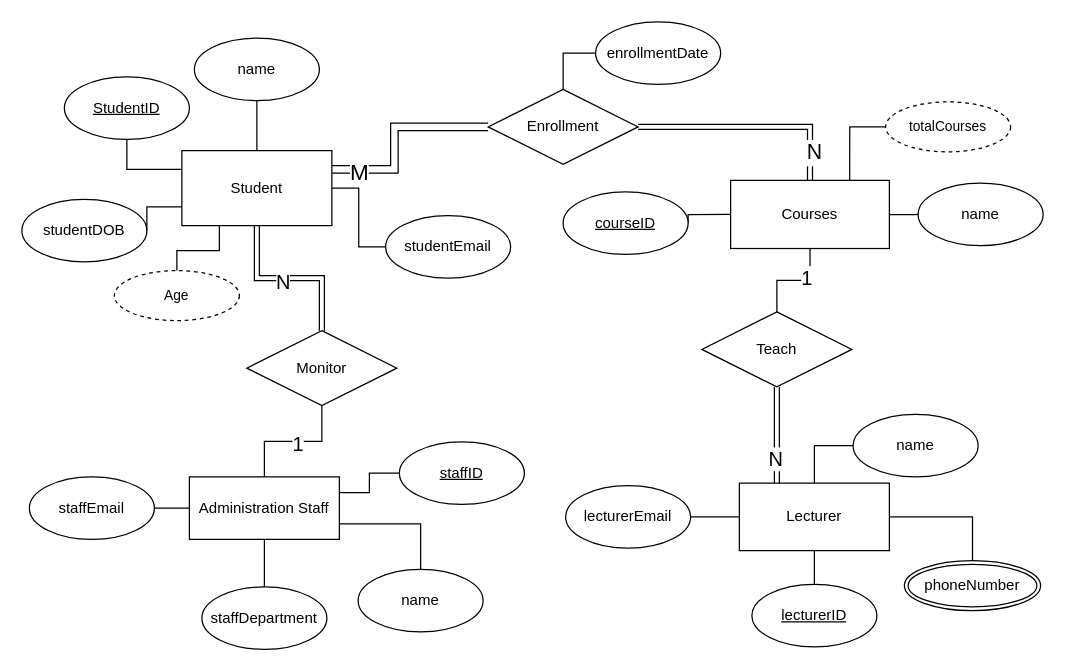
This is course_work_erd.drawio from David-Jacks/Diagrams, a draw.io file, before an edit. Source tidied: cells renumbered, new cells numbered last; positions are measured from the earlier drawing's top-left corner, leaving out a move shared by most shapes. Both pictures are drawn from the tidied source at 125%, with x=0, y=0 at pixel (21, 21).
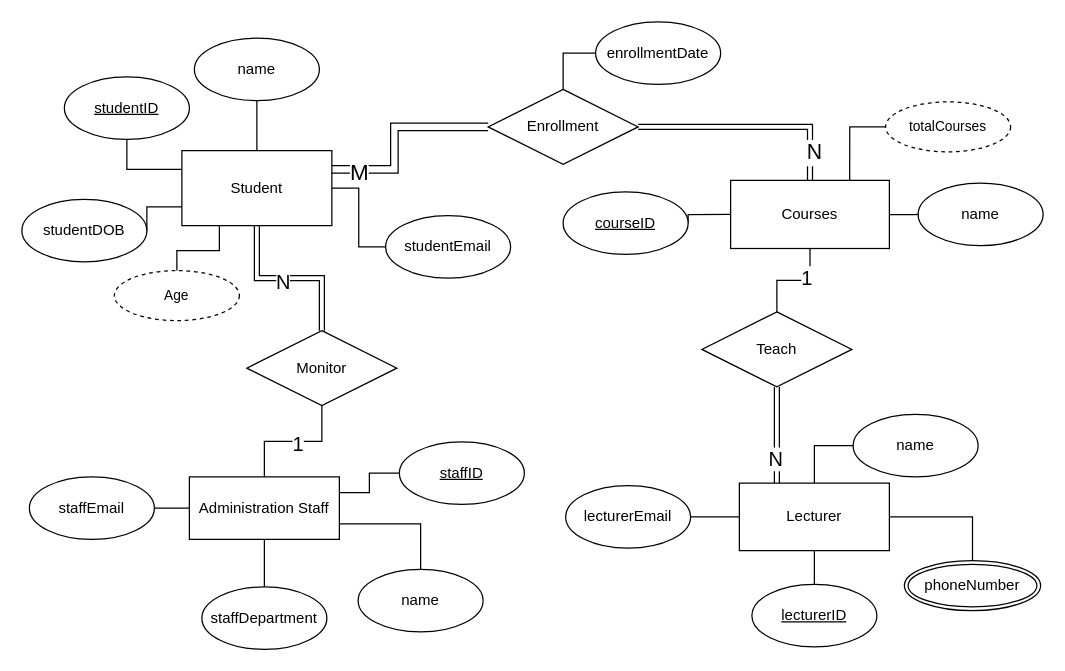
The same page after the edit.

The edit, as a diff of the source:
```diff
@@
-    <mxCell id="31" value="&lt;u&gt;StudentID&lt;/u&gt;" style="ellipse;whiteSpace=wrap;html=1;" parent="1" vertex="1">
+    <mxCell id="31" value="&lt;u&gt;studentID&lt;/u&gt;" style="ellipse;whiteSpace=wrap;html=1;" parent="1" vertex="1">
       <mxGeometry x="34" y="44" width="100" height="50" as="geometry" />
     </mxCell>
```
